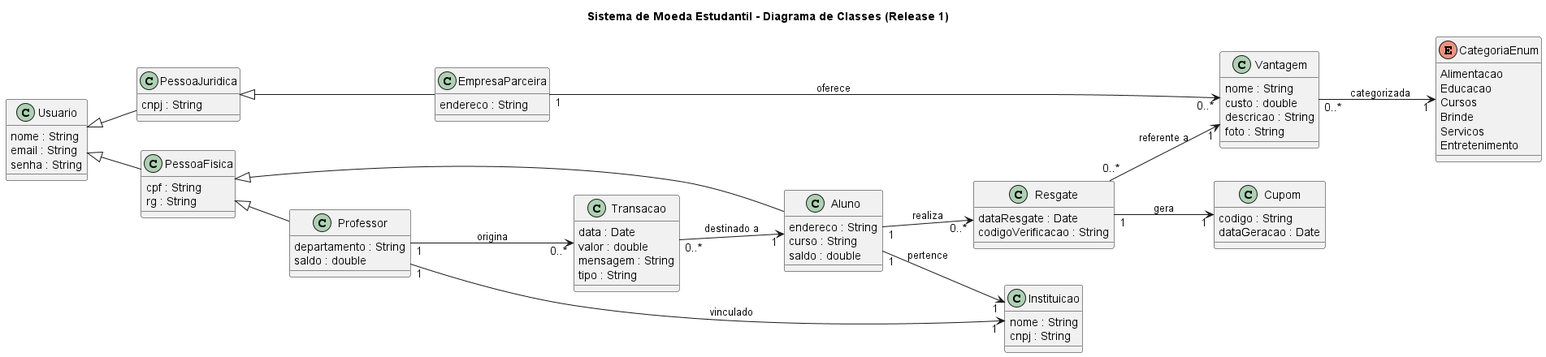
Gb1201/SistemaMoedaEstudantil keeps this PlantUML diagram as docs/DiagramaClasses.png. Above is the earlier version.
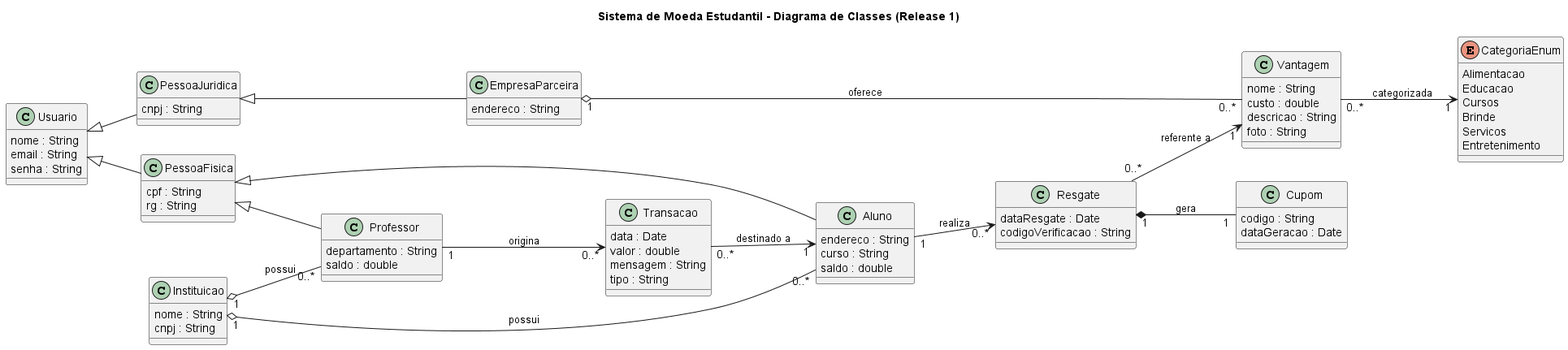
Later version of the same file.

What changed in the source:
```diff
@@ -53,8 +53,8 @@
   cnpj : String
 }
 
-Aluno "1" --> "1" Instituicao : pertence
-Professor "1" --> "1" Instituicao : vinculado
+Instituicao "1" o-- "0..*" Aluno : possui
+Instituicao "1" o-- "0..*" Professor : possui
 
 class Transacao {
   data : Date
@@ -73,7 +73,7 @@
   foto : String
 }
 
-EmpresaParceira "1" --> "0..*" Vantagem : oferece
+EmpresaParceira "1" o-- "0..*" Vantagem : oferece
 Vantagem "0..*" --> "1" CategoriaEnum : categorizada
 
 class Resgate {
@@ -88,6 +88,6 @@
 
 Aluno "1" --> "0..*" Resgate : realiza
 Resgate "0..*" --> "1" Vantagem : referente a
-Resgate "1" --> "1" Cupom : gera
+Resgate "1" *-- "1" Cupom : gera
 
 @enduml
```
